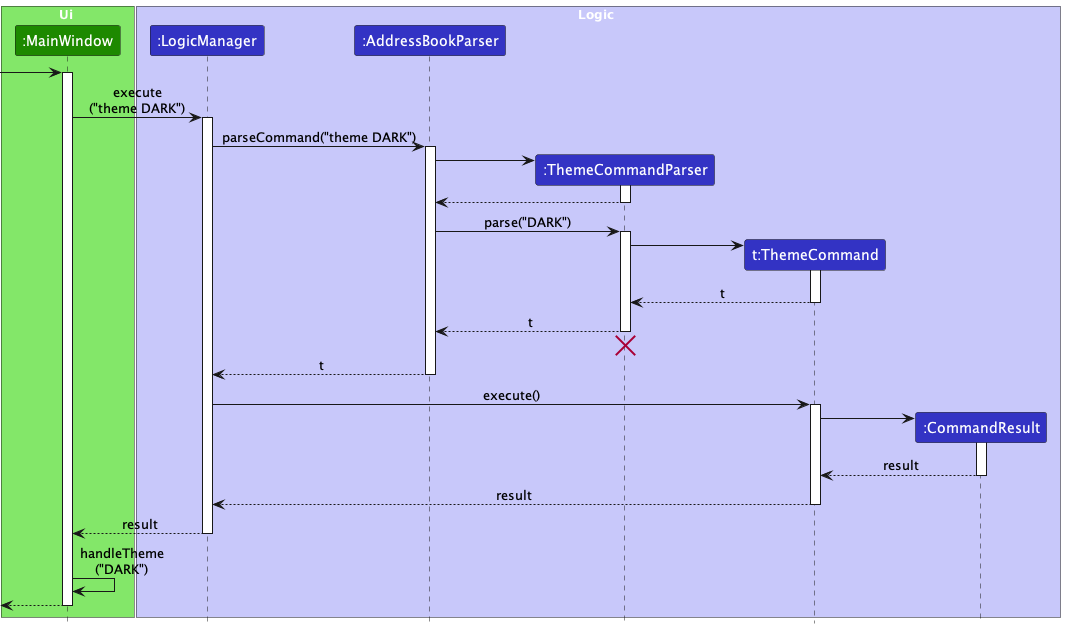
Above: docs/images/ThemeSequenceDiagram.png in tanteckfang/tp (PlantUML), before the change.
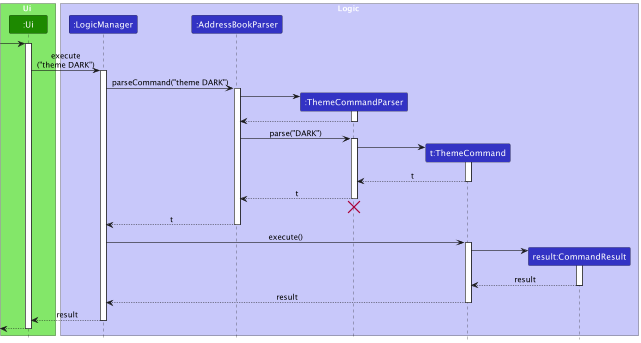
The same diagram one commit later.

Commit message:
Update DG for Theme and Add sequence diagram

The edit, as a diff of the source:
```diff
@@ -3,7 +3,7 @@
 skinparam ArrowFontStyle plain
 
 box Ui UI_COLOR_T1
-participant ":MainWindow" as MainWindow UI_COLOR
+participant ":Ui" as UI UI_COLOR
 end box
 
 box Logic LOGIC_COLOR_T1
@@ -11,13 +11,13 @@
 participant ":AddressBookParser" as AddressBookParser LOGIC_COLOR
 participant ":ThemeCommandParser" as ThemeCommandParser LOGIC_COLOR
 participant "t:ThemeCommand" as ThemeCommand LOGIC_COLOR
-participant ":CommandResult" as CommandResult LOGIC_COLOR
+participant "result:CommandResult" as CommandResult LOGIC_COLOR
 end box
 
-[-> MainWindow :
-activate MainWindow
+[-> UI :
+activate UI
 
-MainWindow -> LogicManager : execute\n("theme DARK")
+UI -> LogicManager : execute\n("theme DARK")
 activate LogicManager
 
 LogicManager -> AddressBookParser : parseCommand("theme DARK")
@@ -61,11 +61,10 @@
 ThemeCommand --> LogicManager : result
 deactivate ThemeCommand
 
-LogicManager --> MainWindow : result
+LogicManager --> UI : result
 deactivate LogicManager
 
-MainWindow -> MainWindow : handleTheme\n("DARK")
 
-[<--MainWindow
-deactivate MainWindow
+[<--UI
+deactivate UI
 @enduml
```
